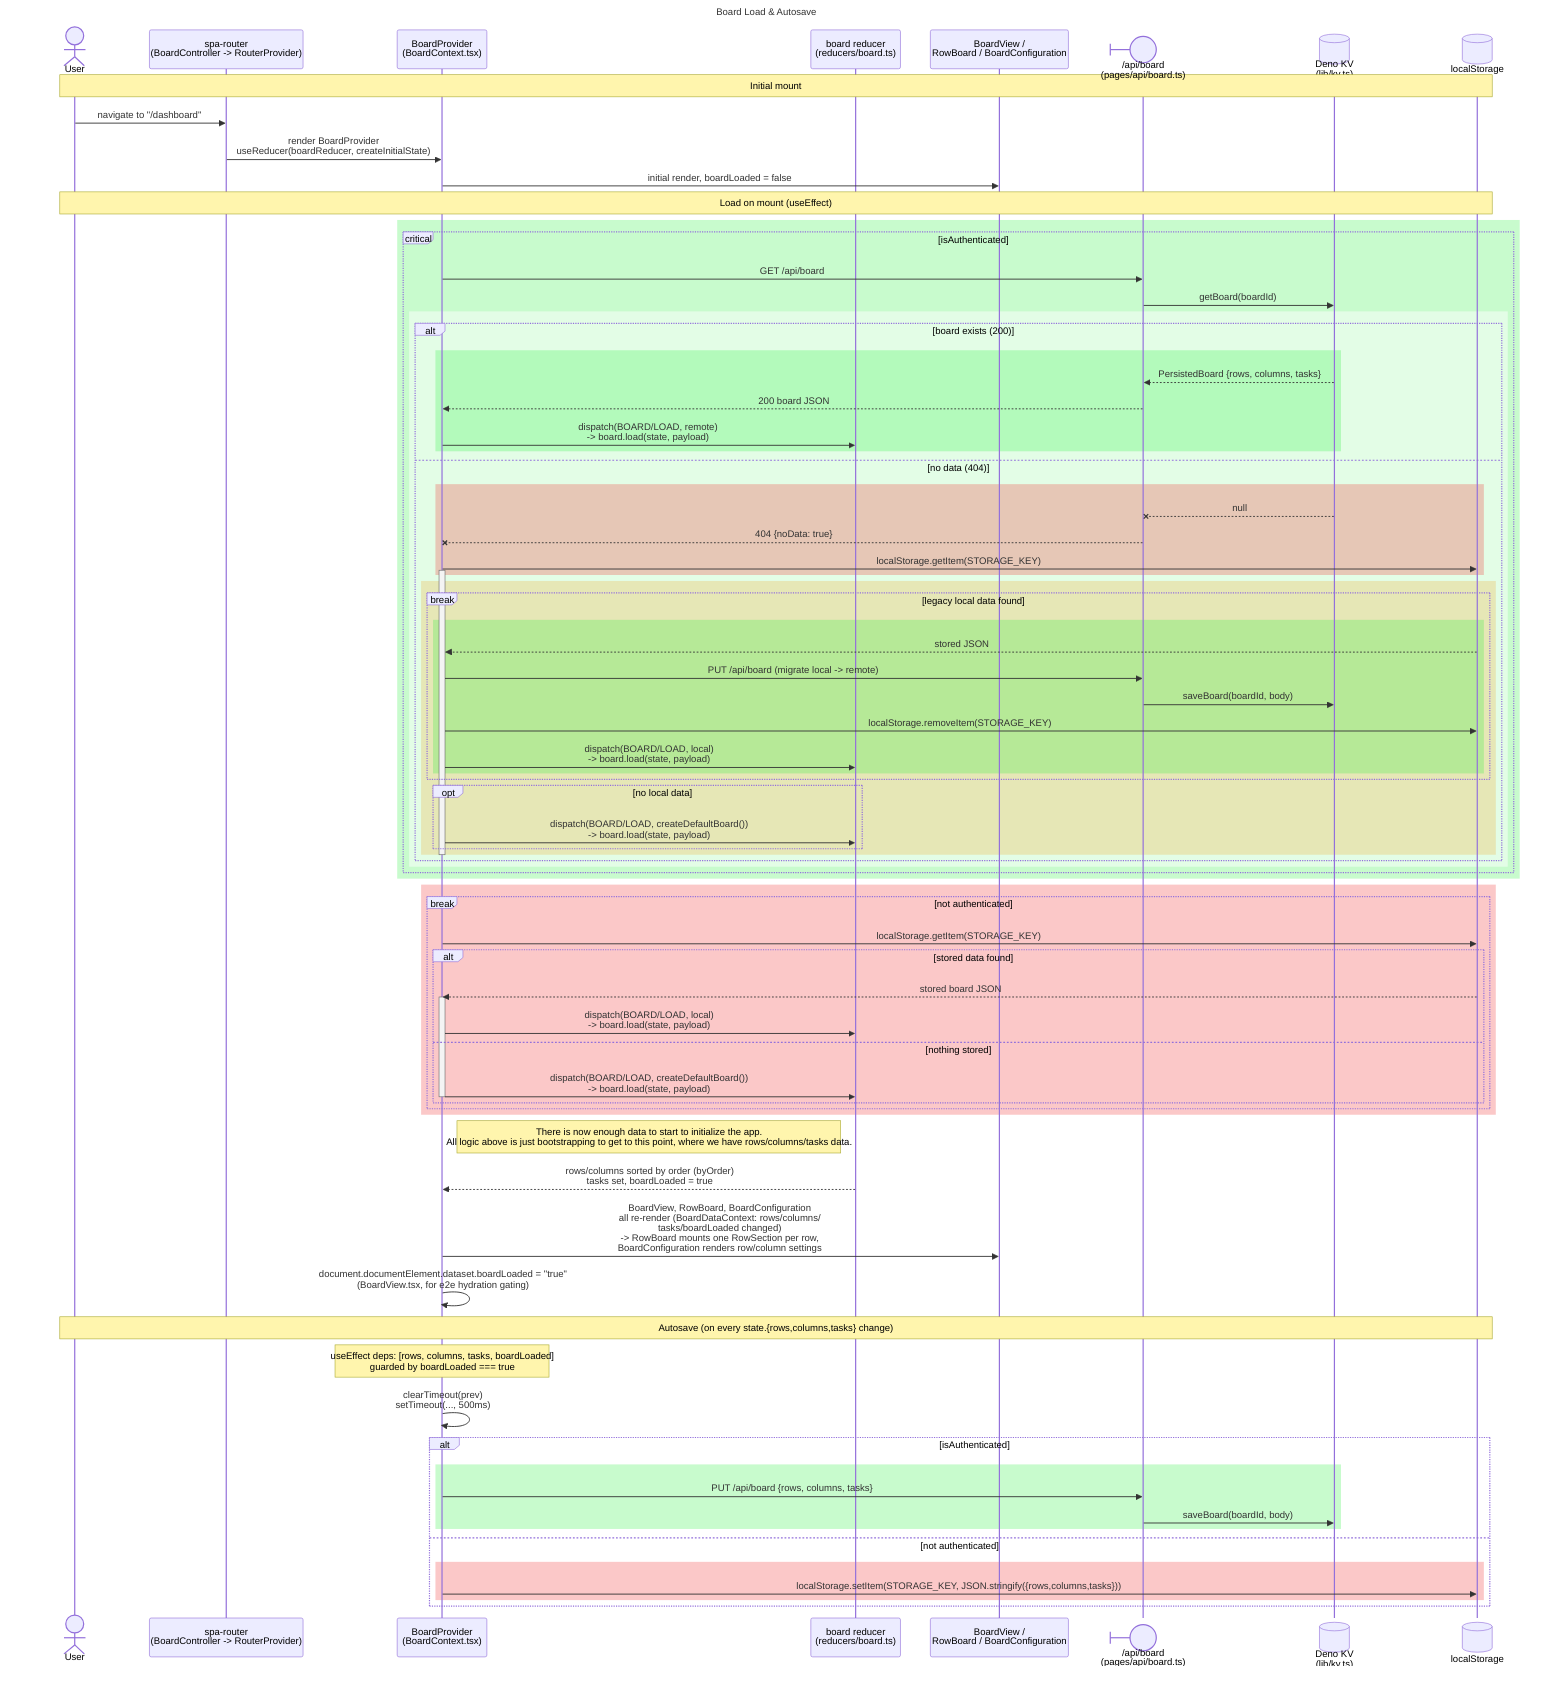
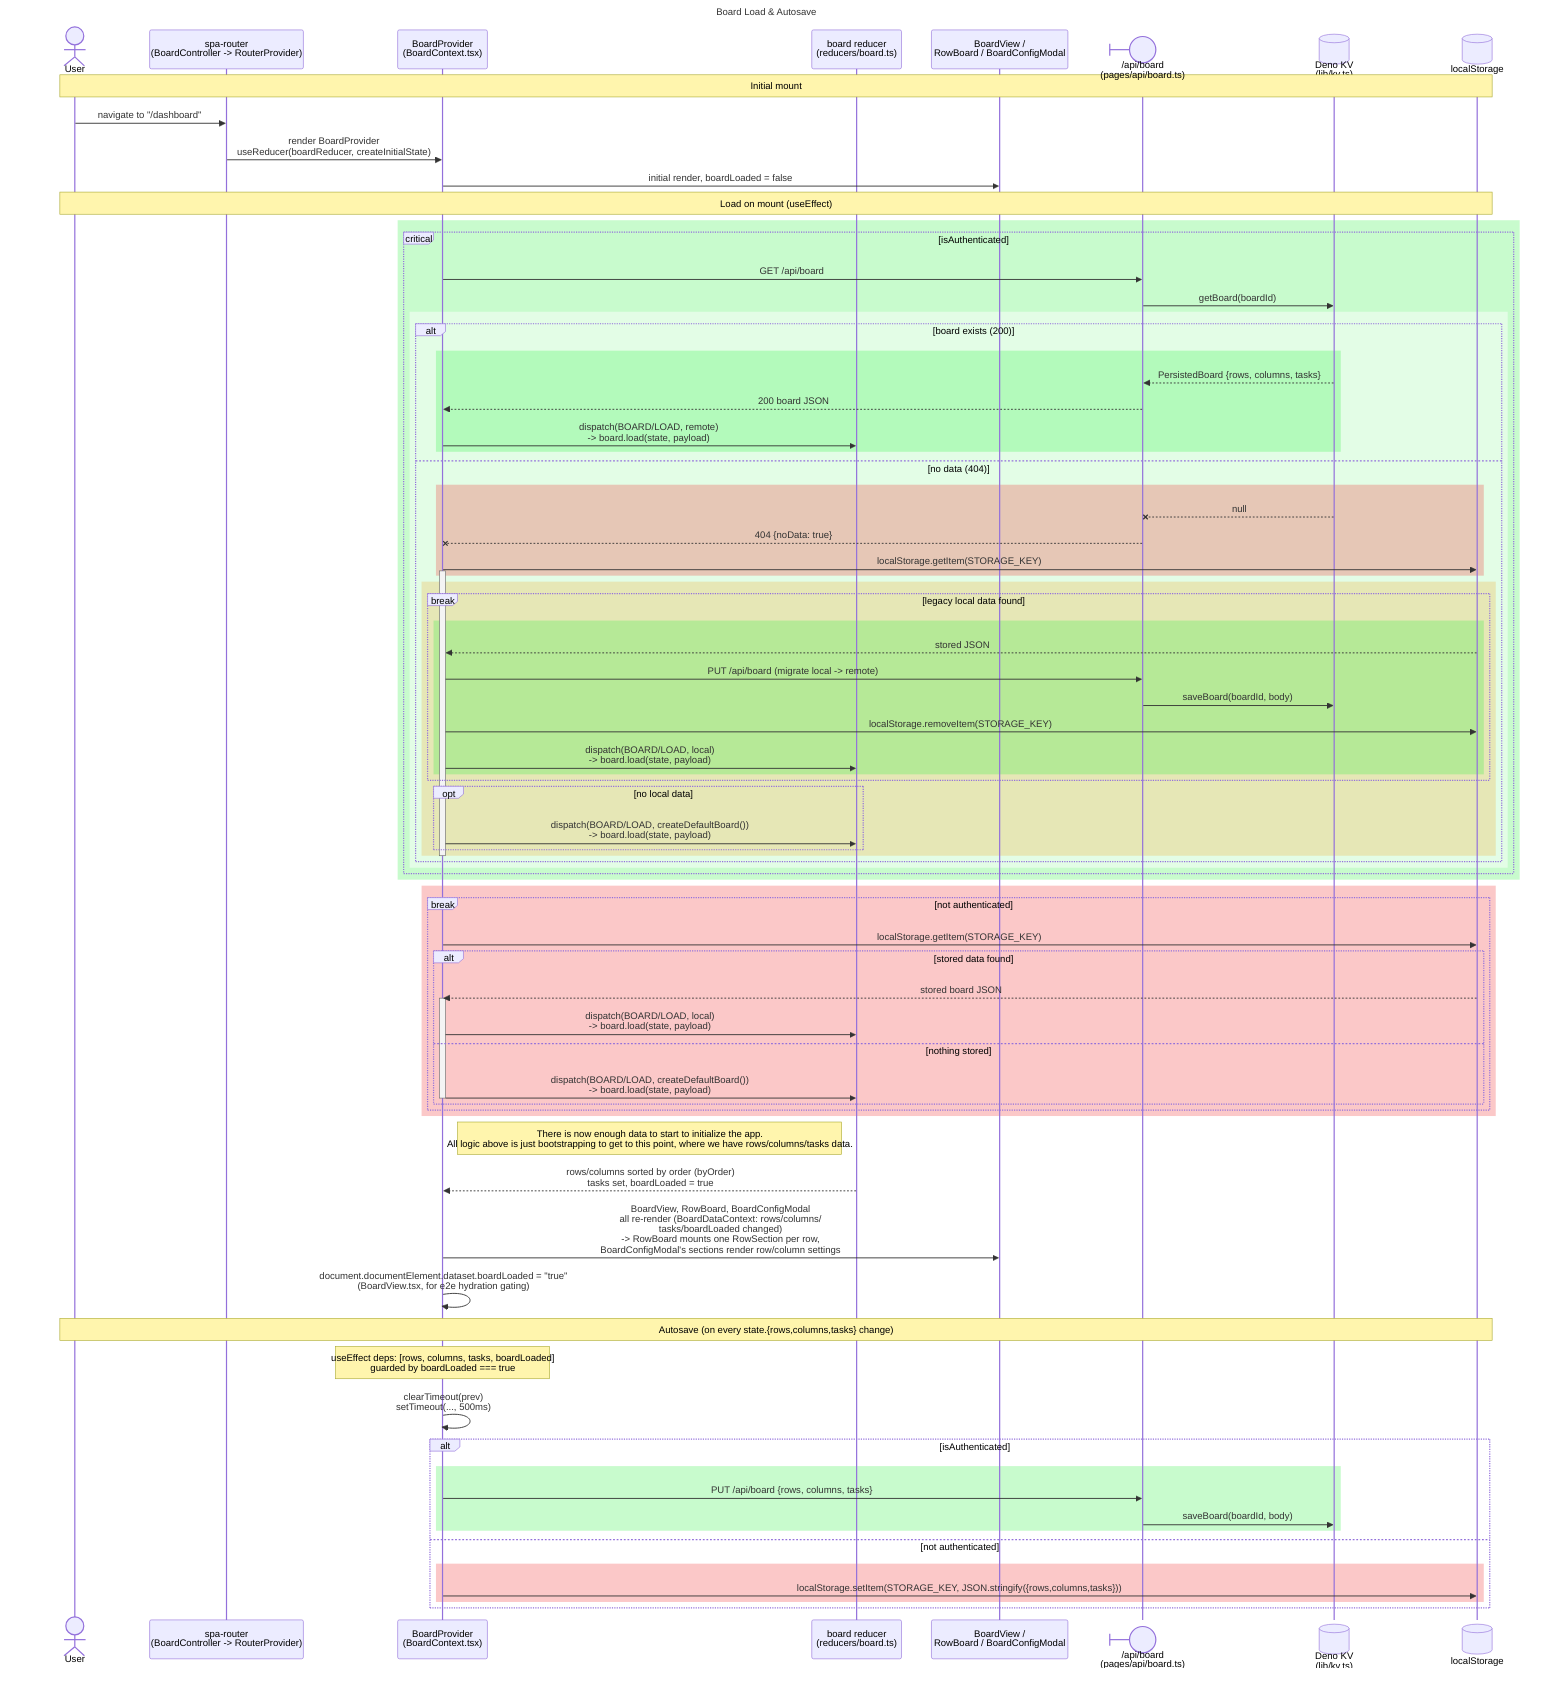
---
title: Board Load & Autosave
---
sequenceDiagram
    actor User
    participant Router as spa-router<br/>(BoardController -> RouterProvider)
    participant Provider as BoardProvider<br/>(BoardContext.tsx)
    participant Reducer as board reducer<br/>(reducers/board.ts)
-     participant View as BoardView /<br/>RowBoard / BoardConfiguration
+     participant View as BoardView /<br/>RowBoard / BoardConfigModal
    participant API@{ "type" : "boundary" } as /api/board<br/>(pages/api/board.ts)
    participant KV@{ "type" : "database" } as Deno KV<br/>(lib/kv.ts)
    participant LS@{ "type" : "database" } as localStorage

    Note over User,LS: Initial mount
    User->>Router: navigate to "/dashboard"
    Router->>Provider: render BoardProvider<br/>useReducer(boardReducer, createInitialState)
    Provider->>View: initial render, boardLoaded = false

    Note over User,LS: Load on mount (useEffect)
    rect rgba(38, 240, 58, 0.25)
        critical isAuthenticated
            Provider->>API: GET /api/board
            API->>KV: getBoard(boardId)
            rect rgba(255, 255, 255, 0.5)
                alt board exists (200)
                    rect rgba(38, 240, 58, 0.25)
                        KV-->>API: PersistedBoard {rows, columns, tasks}
                        API-->>Provider: 200 board JSON
                        Provider->>Reducer: dispatch(BOARD/LOAD, remote)<br/>-> board.load(state, payload)
                    end
                else no data (404)

                    rect rgba(240, 38, 38, 0.25)
                        KV--xAPI: null
                        API--xProvider: 404 {noData: true}
                        Provider->>LS: localStorage.getItem(STORAGE_KEY)
                        activate Provider
                    end
                    rect rgba(240, 163, 38, 0.25)
                        break legacy local data found
                            rect rgba(38, 240, 58, 0.25)
                                LS-->>Provider: stored JSON
                                Provider->>API: PUT /api/board (migrate local -> remote)
                                API->>KV: saveBoard(boardId, body)
                                Provider->>LS: localStorage.removeItem(STORAGE_KEY)
                                Provider->>Reducer: dispatch(BOARD/LOAD, local)<br/>-> board.load(state, payload)
                            end
                        end
                        opt no local data
                            Provider->>Reducer: dispatch(BOARD/LOAD, createDefaultBoard())<br/>-> board.load(state, payload)
                        end
                    end
                    deactivate Provider
                end
            end
        end
    end
    rect rgba(240, 38, 38, 0.25)
        break not authenticated
            Provider->>LS: localStorage.getItem(STORAGE_KEY)
            alt stored data found
                LS-->>Provider: stored board JSON
                activate Provider
                Provider->>Reducer: dispatch(BOARD/LOAD, local)<br/>-> board.load(state, payload)
            else nothing stored
                Provider->>Reducer: dispatch(BOARD/LOAD, createDefaultBoard())<br/>-> board.load(state, payload)
                deactivate Provider
            end
        end
    end

    Note right of Provider: There is now enough data to start to initialize the app.<br />All logic above is just bootstrapping to get to this point, where we have rows/columns/tasks data.

    Reducer-->>Provider: rows/columns sorted by order (byOrder)<br/>tasks set, boardLoaded = true
-     Provider->>View: BoardView, RowBoard, BoardConfiguration<br/>all re-render (BoardDataContext: rows/columns/<br/>tasks/boardLoaded changed)<br/>-> RowBoard mounts one RowSection per row,<br/>BoardConfiguration renders row/column settings
+     Provider->>View: BoardView, RowBoard, BoardConfigModal<br/>all re-render (BoardDataContext: rows/columns/<br/>tasks/boardLoaded changed)<br/>-> RowBoard mounts one RowSection per row,<br/>BoardConfigModal's sections render row/column settings
    Provider->>Provider: document.documentElement.dataset.boardLoaded = "true"<br/>(BoardView.tsx, for e2e hydration gating)

    Note over User,LS: Autosave (on every state.{rows,columns,tasks} change)
    Note over Provider: useEffect deps: [rows, columns, tasks, boardLoaded]<br/>guarded by boardLoaded === true
    Provider->>Provider: clearTimeout(prev)<br/>setTimeout(..., 500ms)
    alt isAuthenticated
        rect rgba(38, 240, 58, 0.25)
            Provider->>API: PUT /api/board {rows, columns, tasks}
            API->>KV: saveBoard(boardId, body)
        end
    else not authenticated
        rect rgba(240, 38, 38, 0.25)
            Provider->>LS: localStorage.setItem(STORAGE_KEY, JSON.stringify({rows,columns,tasks}))
        end
    end
